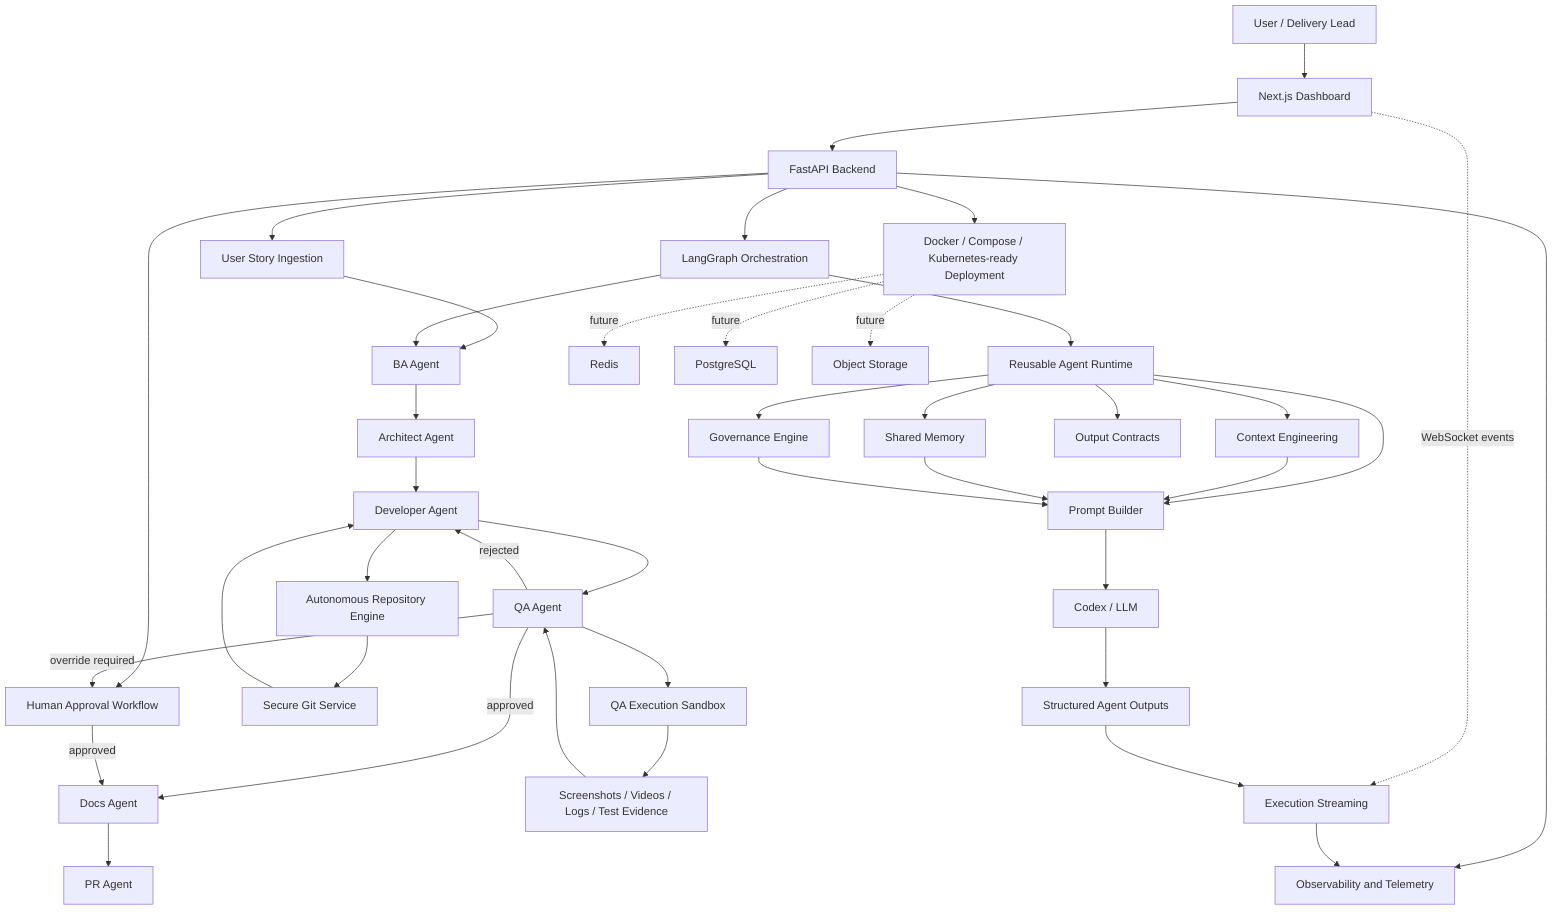
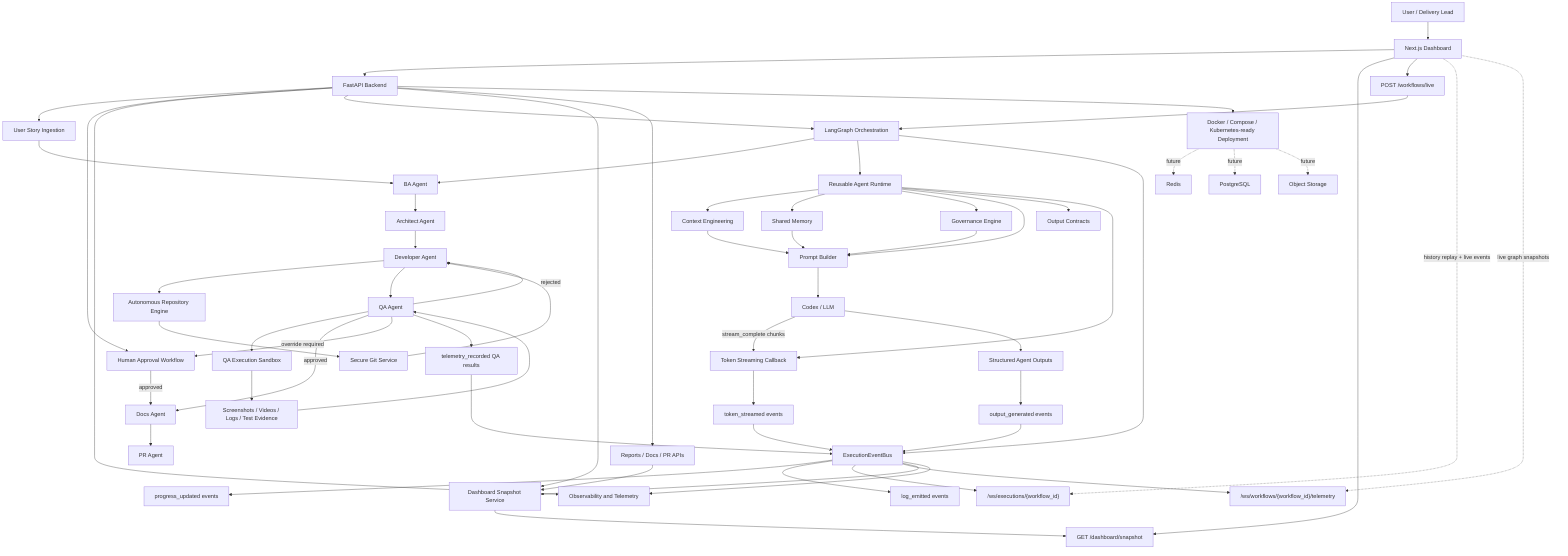
flowchart TB
  User["User / Delivery Lead"] --> Frontend["Next.js Dashboard"]
  Frontend --> API["FastAPI Backend"]
-   Frontend -. "WebSocket events" .-> Streaming["Execution Streaming"]
+   Frontend --> Snapshot["GET /dashboard/snapshot"]
+   Frontend --> LiveStart["POST /workflows/live"]
+   Frontend -. "history replay + live events" .-> ExecutionWS["/ws/executions/{workflow_id}"]
+   Frontend -. "live graph snapshots" .-> TelemetryWS["/ws/workflows/{workflow_id}/telemetry"]

  API --> Ingestion["User Story Ingestion"]
  API --> Approvals["Human Approval Workflow"]
  API --> Observability["Observability and Telemetry"]
  API --> Graph["LangGraph Orchestration"]
+   API --> DashboardSnapshot["Dashboard Snapshot Service"]
+   API --> Reports["Reports / Docs / PR APIs"]

  Ingestion --> BA["BA Agent"]
  Graph --> BA
  BA --> Architect["Architect Agent"]
  Architect --> Developer["Developer Agent"]

  Developer --> RepoEngine["Autonomous Repository Engine"]
  RepoEngine --> Git["Secure Git Service"]
  Git --> Developer

  Developer --> QA["QA Agent"]
  QA --> QASandbox["QA Execution Sandbox"]
  QASandbox --> Evidence["Screenshots / Videos / Logs / Test Evidence"]
  Evidence --> QA

  QA -->|approved| Docs["Docs Agent"]
  QA -->|rejected| Developer
  QA -->|override required| Approvals
  Approvals -->|approved| Docs
  Docs --> PR["PR Agent"]

  Graph --> Runtime["Reusable Agent Runtime"]
  Runtime --> Context["Context Engineering"]
  Runtime --> Memory["Shared Memory"]
  Runtime --> Governance["Governance Engine"]
  Runtime --> Prompts["Prompt Builder"]
  Runtime --> Contracts["Output Contracts"]
+   Runtime --> TokenCallback["Token Streaming Callback"]

  Context --> Prompts
  Memory --> Prompts
  Governance --> Prompts
  Prompts --> LLM["Codex / LLM"]
+   LLM -->|"stream_complete chunks"| TokenCallback
  LLM --> Structured["Structured Agent Outputs"]
-   Structured --> Streaming
-   Streaming --> Observability
+   Structured --> OutputEvents["output_generated events"]
+   QA --> QATelemetry["telemetry_recorded QA results"]
+   TokenCallback --> TokenEvents["token_streamed events"]
+ 
+   Graph --> EventBus["ExecutionEventBus"]
+   EventBus --> Progress["progress_updated events"]
+   EventBus --> Logs["log_emitted events"]
+   TokenEvents --> EventBus
+   OutputEvents --> EventBus
+   QATelemetry --> EventBus
+   EventBus --> ExecutionWS
+   EventBus --> TelemetryWS
+   EventBus --> DashboardSnapshot
+   EventBus --> Observability
+   DashboardSnapshot --> Snapshot
+   LiveStart --> Graph
+   Reports --> DashboardSnapshot

  API --> Deployment["Docker / Compose / Kubernetes-ready Deployment"]
  Deployment -. "future" .-> Redis["Redis"]
  Deployment -. "future" .-> Postgres["PostgreSQL"]
  Deployment -. "future" .-> ObjectStorage["Object Storage"]
